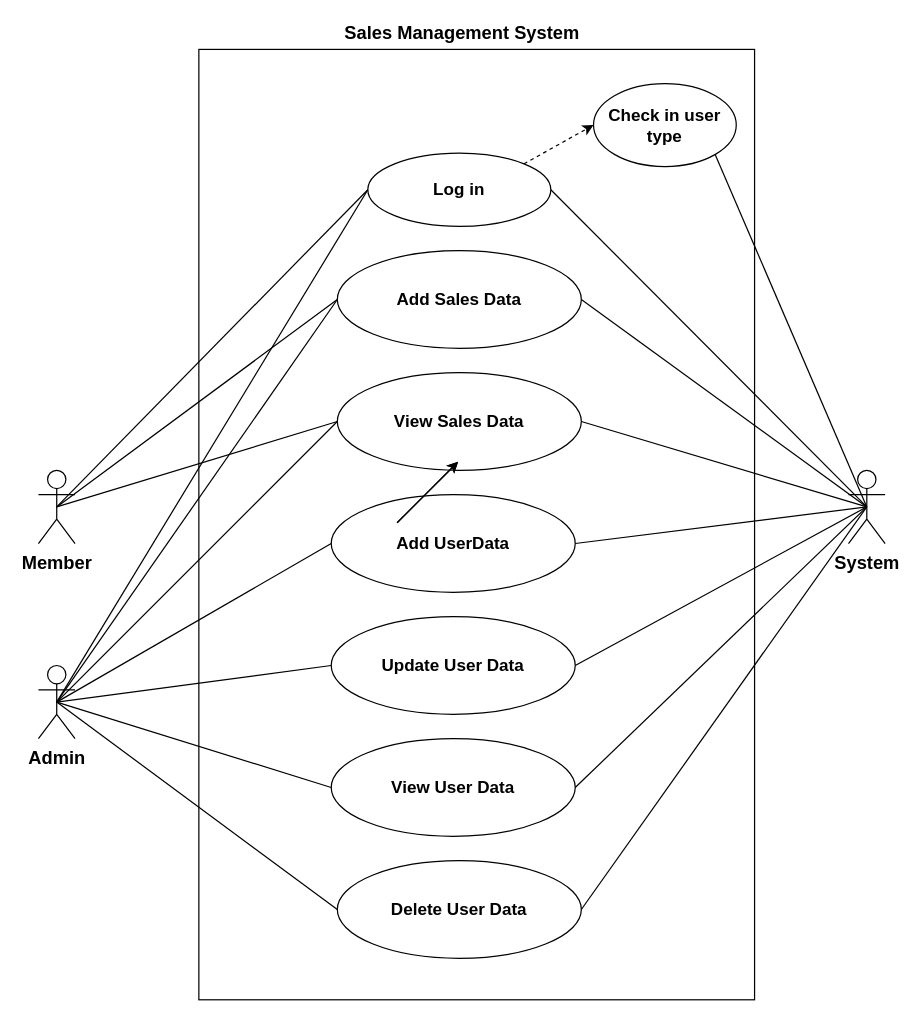
Dulanjana99/Hw-Dulanjana keeps this draw.io diagram as UserDigram.drawio. Above is the earlier version. Source tidied: cells renumbered, new cells numbered last; positions are measured from the earlier drawing's top-left corner, leaving out a move shared by most shapes. Both pictures are drawn from the tidied source at 122%, with x=0, y=0 at pixel (38, 21).
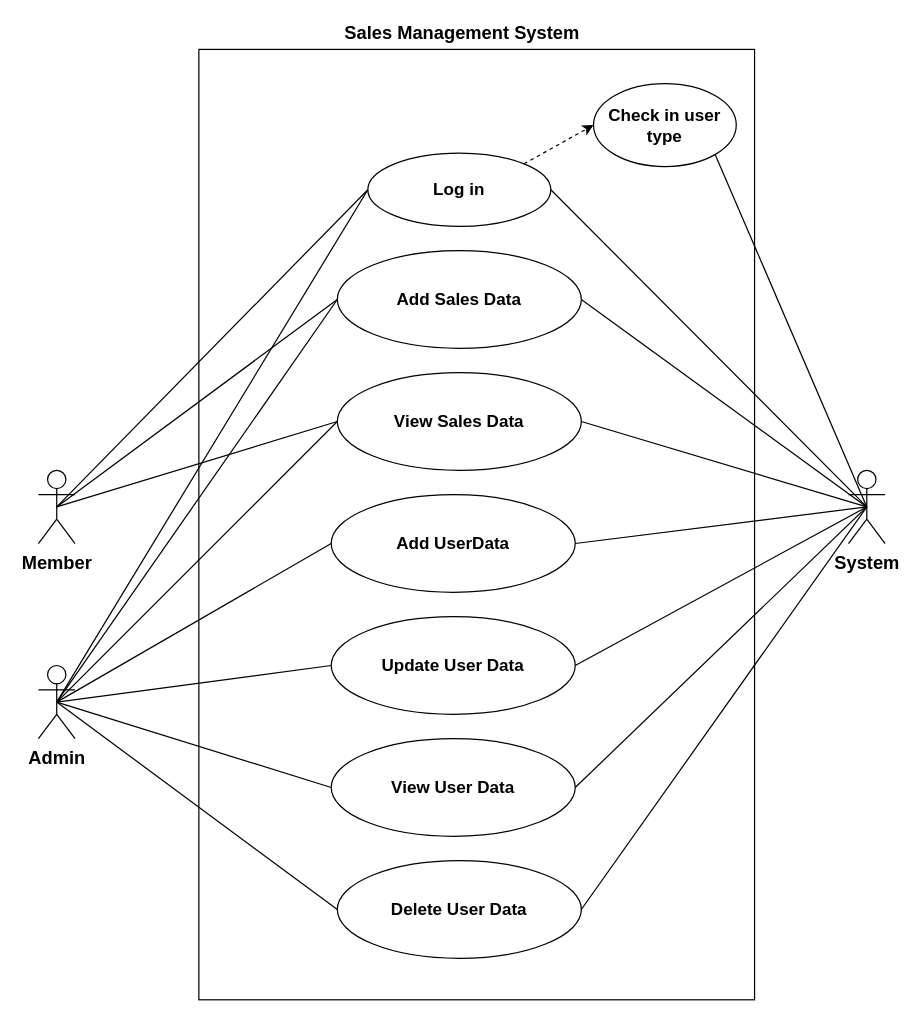
The same diagram, later.

What changed in the source:
```diff
@@
-    <mxCell id="32" style="endArrow=classic;html=1;" parent="1" edge="1">
-      <mxGeometry relative="1" as="geometry">
-        <mxPoint x="294" y="411" as="sourcePoint" />
-        <mxPoint x="344" y="361" as="targetPoint" />
-      </mxGeometry>
-    </mxCell>
-    <mxCell id="33" style="endArrow=classic;html=1;" parent="1" edge="1">
-      <mxGeometry relative="1" as="geometry">
-        <mxPoint x="294" y="411" as="sourcePoint" />
-        <mxPoint x="344" y="361" as="targetPoint" />
-      </mxGeometry>
-    </mxCell>
```
